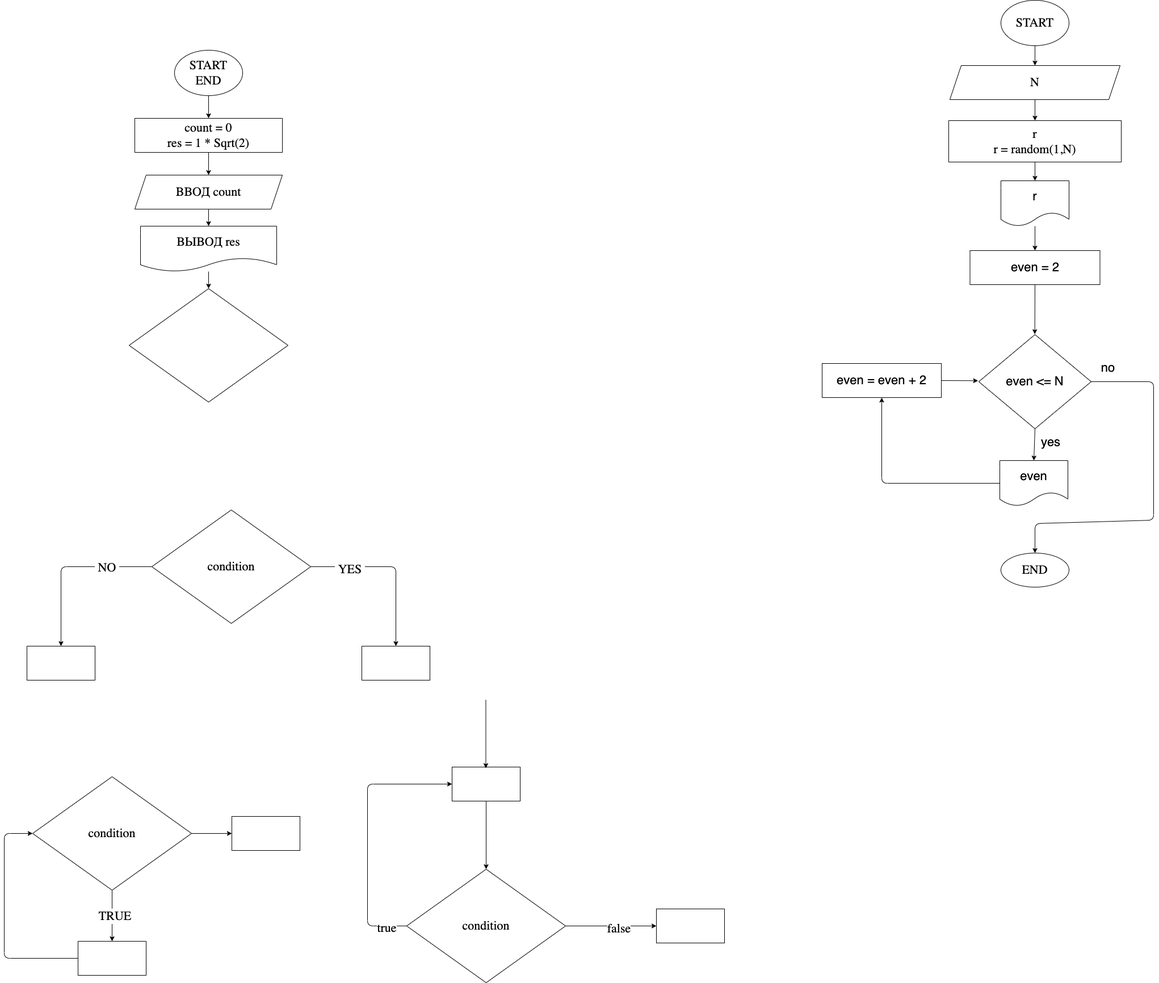
iksergey/practice_temp keeps this draw.io diagram as ex000.drawio.png. Above is the earlier version. Source tidied: cells renumbered, new cells last; positions are measured from the earlier drawing's top-left corner, leaving out a move shared by most shapes.
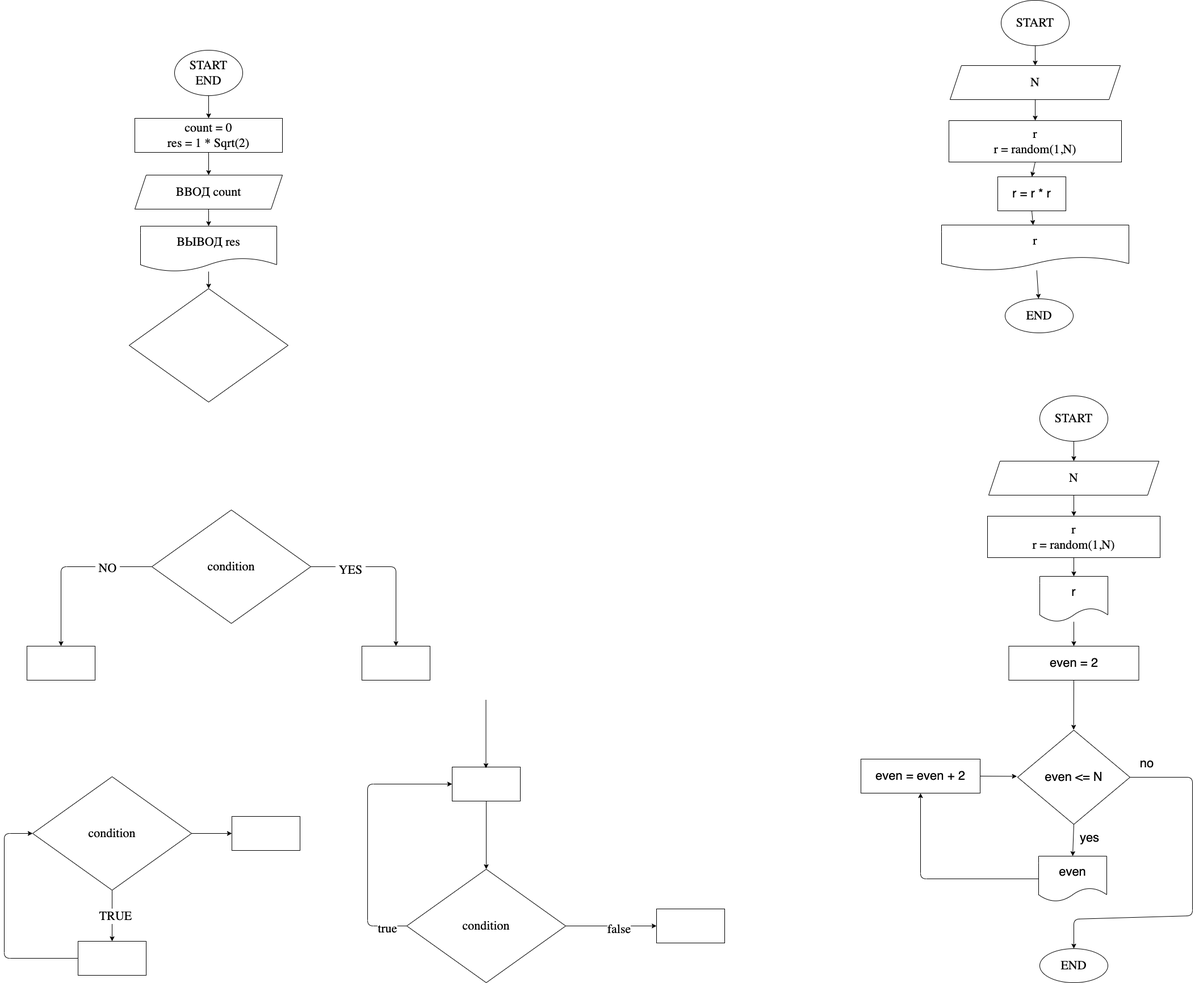
After the commit.

Commit message:
Fixed my decision for even numbers exercise

What changed in the source:
```diff
@@ -131,67 +131,100 @@
     <mxCell id="37" value="N" style="shape=parallelogram;perimeter=parallelogramPerimeter;whiteSpace=wrap;html=1;fixedSize=1;fontSize=22;fontFamily=Fira Code;" parent="1" vertex="1">
       <mxGeometry x="1666" y="115" width="300" height="60" as="geometry" />
     </mxCell>
-    <mxCell id="38" style="edgeStyle=none;html=1;exitX=0.5;exitY=1;exitDx=0;exitDy=0;entryX=0.5;entryY=0;entryDx=0;entryDy=0;fontSize=22;" parent="1" edge="1" source="39" target="42">
-      <mxGeometry relative="1" as="geometry" />
-    </mxCell>
+    <mxCell id="54" style="edgeStyle=none;html=1;exitX=0.5;exitY=1;exitDx=0;exitDy=0;entryX=0.5;entryY=0;entryDx=0;entryDy=0;fontSize=22;" parent="1" edge="1" source="39" target="58">
+      <mxGeometry relative="1" as="geometry" />
+    </mxCell>
     <mxCell id="39" value="r&lt;br&gt;r = random(1,N)" style="whiteSpace=wrap;html=1;fontSize=22;fontFamily=Fira Code;" parent="1" vertex="1">
       <mxGeometry x="1664" y="212" width="304" height="73" as="geometry" />
     </mxCell>
+    <mxCell id="55" style="edgeStyle=none;html=1;fontFamily=Fira Code;fontSize=22;" parent="1" edge="1" source="56" target="40">
+      <mxGeometry relative="1" as="geometry" />
+    </mxCell>
+    <mxCell id="56" value="r" style="shape=document;whiteSpace=wrap;html=1;boundedLbl=1;fontSize=22;fontFamily=Fira Code;" parent="1" vertex="1">
+      <mxGeometry x="1651" y="396" width="330" height="80" as="geometry" />
+    </mxCell>
     <mxCell id="40" value="END" style="ellipse;whiteSpace=wrap;html=1;fontSize=22;fontFamily=Fira Code;" parent="1" vertex="1">
-      <mxGeometry x="1756" y="974" width="120" height="60" as="geometry" />
+      <mxGeometry x="1763" y="526" width="120" height="60" as="geometry" />
     </mxCell>
+    <mxCell id="57" style="edgeStyle=none;html=1;exitX=0.5;exitY=1;exitDx=0;exitDy=0;fontSize=22;" parent="1" edge="1" source="58" target="56">
+      <mxGeometry relative="1" as="geometry" />
+    </mxCell>
+    <mxCell id="58" value="&lt;font style=&quot;font-size: 22px&quot;&gt;r = r * r&lt;/font&gt;" style="rounded=0;whiteSpace=wrap;html=1;" parent="1" vertex="1">
+      <mxGeometry x="1750" y="311" width="120" height="60" as="geometry" />
+    </mxCell>
+    <mxCell id="59" style="edgeStyle=none;html=1;fontFamily=Fira Code;fontSize=22;" parent="1" edge="1" source="60" target="62">
+      <mxGeometry relative="1" as="geometry" />
+    </mxCell>
+    <mxCell id="60" value="START" style="ellipse;whiteSpace=wrap;html=1;fontFamily=Fira Code;fontSize=22;" parent="1" vertex="1">
+      <mxGeometry x="1824" y="697" width="120" height="80" as="geometry" />
+    </mxCell>
+    <mxCell id="61" style="edgeStyle=none;html=1;fontFamily=Fira Code;fontSize=22;" parent="1" edge="1" source="62" target="64">
+      <mxGeometry relative="1" as="geometry" />
+    </mxCell>
+    <mxCell id="62" value="N" style="shape=parallelogram;perimeter=parallelogramPerimeter;whiteSpace=wrap;html=1;fixedSize=1;fontSize=22;fontFamily=Fira Code;" parent="1" vertex="1">
+      <mxGeometry x="1734" y="812" width="300" height="60" as="geometry" />
+    </mxCell>
+    <mxCell id="63" style="edgeStyle=none;html=1;exitX=0.5;exitY=1;exitDx=0;exitDy=0;entryX=0.5;entryY=0;entryDx=0;entryDy=0;fontSize=22;" parent="1" edge="1" source="64" target="42">
+      <mxGeometry relative="1" as="geometry" />
+    </mxCell>
+    <mxCell id="64" value="r&lt;br&gt;r = random(1,N)" style="whiteSpace=wrap;html=1;fontSize=22;fontFamily=Fira Code;" parent="1" vertex="1">
+      <mxGeometry x="1732" y="909" width="304" height="73" as="geometry" />
+    </mxCell>
+    <mxCell id="65" value="END" style="ellipse;whiteSpace=wrap;html=1;fontSize=22;fontFamily=Fira Code;" parent="1" vertex="1">
+      <mxGeometry x="1824" y="1671" width="120" height="60" as="geometry" />
+    </mxCell>
     <mxCell id="41" style="edgeStyle=none;html=1;entryX=0.5;entryY=0;entryDx=0;entryDy=0;fontSize=22;" parent="1" edge="1" source="42" target="44">
       <mxGeometry relative="1" as="geometry" />
     </mxCell>
     <mxCell id="42" value="r" style="shape=document;whiteSpace=wrap;html=1;boundedLbl=1;fontSize=22;" parent="1" vertex="1">
-      <mxGeometry x="1756" y="318" width="120" height="80" as="geometry" />
+      <mxGeometry x="1824" y="1015" width="120" height="80" as="geometry" />
     </mxCell>
-    <mxCell id="43" style="edgeStyle=none;html=1;exitX=0.5;exitY=1;exitDx=0;exitDy=0;fontSize=22;" parent="1" edge="1" source="44">
-      <mxGeometry relative="1" as="geometry">
-        <mxPoint x="1815.7" y="588.3" as="targetPoint" />
-      </mxGeometry>
-    </mxCell>
+    <mxCell id="66" style="edgeStyle=none;html=1;exitX=0.5;exitY=1;exitDx=0;exitDy=0;fontSize=22;" parent="1" edge="1" source="44">
+      <mxGeometry relative="1" as="geometry">
+        <mxPoint x="1883.7" y="1285.3" as="targetPoint" />
+      </mxGeometry>
+    </mxCell>
     <mxCell id="44" value="even = 2" style="rounded=0;whiteSpace=wrap;html=1;fontSize=22;" parent="1" vertex="1">
-      <mxGeometry x="1701.5" y="441" width="229" height="60" as="geometry" />
+      <mxGeometry x="1769.5" y="1138" width="229" height="60" as="geometry" />
     </mxCell>
     <mxCell id="45" style="edgeStyle=none;html=1;exitX=0.5;exitY=1;exitDx=0;exitDy=0;entryX=0.5;entryY=0;entryDx=0;entryDy=0;fontSize=22;" parent="1" edge="1" source="47" target="49">
       <mxGeometry relative="1" as="geometry" />
     </mxCell>
-    <mxCell id="46" style="edgeStyle=none;html=1;exitX=1;exitY=0.5;exitDx=0;exitDy=0;entryX=0.5;entryY=0;entryDx=0;entryDy=0;fontSize=22;" parent="1" edge="1" source="47" target="40">
-      <mxGeometry relative="1" as="geometry">
-        <Array as="points">
-          <mxPoint x="2025" y="672" />
-          <mxPoint x="2025" y="916" />
-          <mxPoint x="1816" y="922" />
-        </Array>
-      </mxGeometry>
-    </mxCell>
+    <mxCell id="67" style="edgeStyle=none;html=1;exitX=1;exitY=0.5;exitDx=0;exitDy=0;entryX=0.5;entryY=0;entryDx=0;entryDy=0;fontSize=22;" parent="1" edge="1" source="47" target="65">
+      <mxGeometry relative="1" as="geometry">
+        <Array as="points">
+          <mxPoint x="2093" y="1369" />
+          <mxPoint x="2093" y="1613" />
+          <mxPoint x="1884" y="1619" />
+        </Array>
+      </mxGeometry>
+    </mxCell>
     <mxCell id="47" value="even &amp;lt;= N" style="rhombus;whiteSpace=wrap;html=1;fontSize=22;" parent="1" vertex="1">
-      <mxGeometry x="1717" y="589" width="198" height="166" as="geometry" />
+      <mxGeometry x="1785" y="1286" width="198" height="166" as="geometry" />
     </mxCell>
     <mxCell id="48" style="edgeStyle=none;html=1;exitX=0;exitY=0.5;exitDx=0;exitDy=0;entryX=0.5;entryY=1;entryDx=0;entryDy=0;fontSize=22;" parent="1" edge="1" source="49" target="51">
       <mxGeometry relative="1" as="geometry">
         <Array as="points">
-          <mxPoint x="1546" y="851" />
+          <mxPoint x="1614" y="1548" />
         </Array>
       </mxGeometry>
     </mxCell>
     <mxCell id="49" value="even" style="shape=document;whiteSpace=wrap;html=1;boundedLbl=1;fontSize=22;" parent="1" vertex="1">
-      <mxGeometry x="1754" y="811" width="120" height="80" as="geometry" />
+      <mxGeometry x="1822" y="1508" width="120" height="80" as="geometry" />
     </mxCell>
-    <mxCell id="50" style="edgeStyle=none;html=1;exitX=1;exitY=0.5;exitDx=0;exitDy=0;fontSize=22;" parent="1" edge="1" source="51">
-      <mxGeometry relative="1" as="geometry">
-        <mxPoint x="1715.7" y="670.3" as="targetPoint" />
-      </mxGeometry>
-    </mxCell>
+    <mxCell id="68" style="edgeStyle=none;html=1;exitX=1;exitY=0.5;exitDx=0;exitDy=0;fontSize=22;" parent="1" edge="1" source="51">
+      <mxGeometry relative="1" as="geometry">
+        <mxPoint x="1783.7" y="1367.3" as="targetPoint" />
+      </mxGeometry>
+    </mxCell>
     <mxCell id="51" value="even = even + 2" style="rounded=0;whiteSpace=wrap;html=1;fontSize=22;" parent="1" vertex="1">
-      <mxGeometry x="1441" y="640" width="210" height="60" as="geometry" />
+      <mxGeometry x="1509" y="1337" width="210" height="60" as="geometry" />
     </mxCell>
     <mxCell id="52" value="yes" style="text;html=1;strokeColor=none;fillColor=none;align=center;verticalAlign=middle;whiteSpace=wrap;rounded=0;fontSize=22;" parent="1" vertex="1">
-      <mxGeometry x="1814" y="764" width="60" height="30" as="geometry" />
+      <mxGeometry x="1882" y="1461" width="60" height="30" as="geometry" />
     </mxCell>
     <mxCell id="53" value="no" style="text;html=1;strokeColor=none;fillColor=none;align=center;verticalAlign=middle;whiteSpace=wrap;rounded=0;fontSize=22;" parent="1" vertex="1">
-      <mxGeometry x="1915" y="633" width="60" height="30" as="geometry" />
+      <mxGeometry x="1983" y="1330" width="60" height="30" as="geometry" />
     </mxCell>
   </root>
 </mxGraphModel>
```
